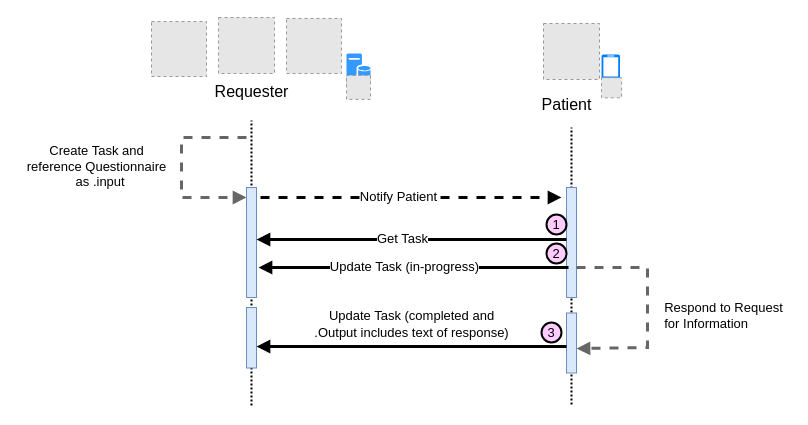
Earlier version of the draw.io diagram Images Source/PatientInformation.drawio (HL7/fhir-sdoh-clinicalcare). Source tidied: cells renumbered, new cells numbered last; positions are measured from the earlier drawing's top-left corner, leaving out a move shared by most shapes. Both pictures are drawn from the tidied source at 100%, with x=0, y=0 at pixel (17, 17). Pictures stored in the file or linked from it are replaced by grey dashed boxes.
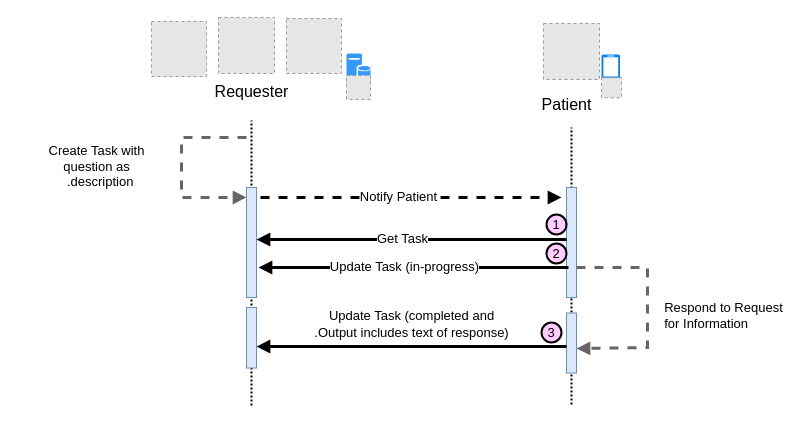
The same page after the edit.

What changed in the source:
```diff
@@
-    <mxCell id="16" value="&lt;span style=&quot;font-size: 13px; text-align: left; background-color: rgb(255, 255, 255);&quot;&gt;Create Task and &lt;br style=&quot;font-size: 13px;&quot;&gt;reference&amp;nbsp;&lt;/span&gt;&lt;span style=&quot;font-size: 13px; text-align: left; background-color: rgb(255, 255, 255);&quot;&gt;Questionnaire&lt;br style=&quot;font-size: 13px;&quot;&gt;&amp;nbsp; as .input&lt;/span&gt;" style="text;html=1;align=center;verticalAlign=middle;strokeColor=none;fillColor=none;fontSize=13;" parent="1" vertex="1">
-      <mxGeometry y="119" width="157" height="59" as="geometry" />
+    <mxCell id="16" value="&lt;span style=&quot;font-size: 13px; text-align: left; background-color: rgb(255, 255, 255);&quot;&gt;Create Task with&lt;br style=&quot;font-size: 13px;&quot;&gt;&lt;/span&gt;&lt;span style=&quot;font-size: 13px; text-align: left; background-color: rgb(255, 255, 255);&quot;&gt;question as&lt;br style=&quot;font-size: 13px;&quot;&gt;&amp;nbsp; .description&lt;/span&gt;" style="text;html=1;align=center;verticalAlign=middle;strokeColor=none;fillColor=none;fontSize=13;" parent="1" vertex="1">
+      <mxGeometry x="22" y="119" width="114" height="59" as="geometry" />
     </mxCell>
```
